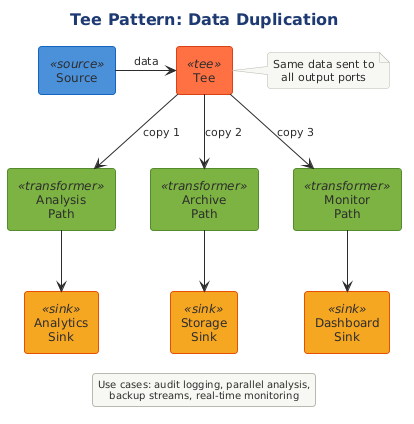
Above: src/architecture/views-and-beyond/style-catalogs/component-and-connector/pipe-and-filter-style/png/tee-pattern-data-duplication.png in Notoriousjayy/latex-docs (PlantUML), before the change. Its diagram source:
```plantuml
@startuml

!$SOURCE_COLOR = "#4A90D9"
!$TRANSFORMER_COLOR = "#7CB342"
!$SINK_COLOR = "#F5A623"
!$SPLITTER_COLOR = "#00ACC1"
!$AGGREGATOR_COLOR = "#AB47BC"
!$ERROR_COLOR = "#EF5350"
!$TEE_COLOR = "#FF7043"
!$NEUTRAL_COLOR = "#455A64"

skinparam component {
    BackgroundColor #7CB342
    FontColor white
    BorderColor #558B2F
    BorderThickness 1
}

skinparam component<<source>> {
    BackgroundColor #4A90D9
    BorderColor #1565C0
}

skinparam component<<sink>> {
    BackgroundColor #F5A623
    BorderColor #E65100
}

skinparam component<<transformer>> {
    BackgroundColor #7CB342
    BorderColor #558B2F
}

skinparam component<<splitter>> {
    BackgroundColor #00ACC1
    BorderColor #00838F
}

skinparam component<<aggregator>> {
    BackgroundColor #AB47BC
    BorderColor #7B1FA2
}

skinparam component<<error>> {
    BackgroundColor #EF5350
    BorderColor #C62828
}

skinparam component<<tee>> {
    BackgroundColor #FF7043
    BorderColor #D84315
}

skinparam rectangle {
    BackgroundColor #FAFAFA
    BorderColor #90A4AE
    BorderThickness 1
}

skinparam package {
    BackgroundColor #F5F5F5
    BorderColor #666666
}

skinparam queue {
    BackgroundColor #FFF9C4
    BorderColor #F9A825
}




!include ../../../../../../tooling/styles/plantuml/structural/component-diagram-style.iuml

title Tee Pattern: Data Duplication

[Source] <<source>> as Source

[Tee] <<tee>> as Tee

[Analysis\nPath] <<transformer>> as Analysis
[Archive\nPath] <<transformer>> as Archive
[Monitor\nPath] <<transformer>> as Monitor

[Analytics\nSink] <<sink>> as AnalyticsSink
[Storage\nSink] <<sink>> as StorageSink
[Dashboard\nSink] <<sink>> as DashSink

Source -right-> Tee : "data"

Tee -down-> Analysis : "copy 1"
Tee -down-> Archive : "copy 2"
Tee -down-> Monitor : "copy 3"

Analysis -down-> AnalyticsSink
Archive -down-> StorageSink
Monitor -down-> DashSink

note right of Tee
    Same data sent to
    all output ports
end note

legend bottom
    Use cases: audit logging, parallel analysis,
    backup streams, real-time monitoring
endlegend

@enduml
```
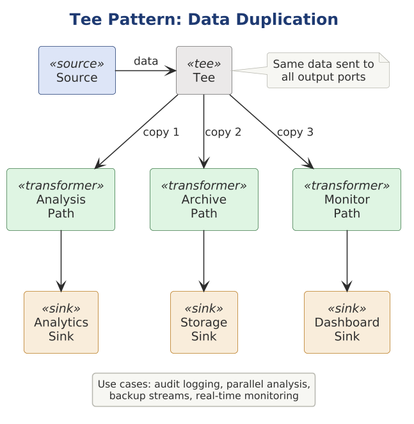
Above is the later version.

Diff of the diagram source:
```diff
@@ -1,76 +1,8 @@
 @startuml
-
-!$SOURCE_COLOR = "#4A90D9"
-!$TRANSFORMER_COLOR = "#7CB342"
-!$SINK_COLOR = "#F5A623"
-!$SPLITTER_COLOR = "#00ACC1"
-!$AGGREGATOR_COLOR = "#AB47BC"
-!$ERROR_COLOR = "#EF5350"
-!$TEE_COLOR = "#FF7043"
-!$NEUTRAL_COLOR = "#455A64"
-
-skinparam component {
-    BackgroundColor #7CB342
-    FontColor white
-    BorderColor #558B2F
-    BorderThickness 1
-}
-
-skinparam component<<source>> {
-    BackgroundColor #4A90D9
-    BorderColor #1565C0
-}
-
-skinparam component<<sink>> {
-    BackgroundColor #F5A623
-    BorderColor #E65100
-}
-
-skinparam component<<transformer>> {
-    BackgroundColor #7CB342
-    BorderColor #558B2F
-}
-
-skinparam component<<splitter>> {
-    BackgroundColor #00ACC1
-    BorderColor #00838F
-}
-
-skinparam component<<aggregator>> {
-    BackgroundColor #AB47BC
-    BorderColor #7B1FA2
-}
-
-skinparam component<<error>> {
-    BackgroundColor #EF5350
-    BorderColor #C62828
-}
-
-skinparam component<<tee>> {
-    BackgroundColor #FF7043
-    BorderColor #D84315
-}
-
-skinparam rectangle {
-    BackgroundColor #FAFAFA
-    BorderColor #90A4AE
-    BorderThickness 1
-}
-
-skinparam package {
-    BackgroundColor #F5F5F5
-    BorderColor #666666
-}
-
-skinparam queue {
-    BackgroundColor #FFF9C4
-    BorderColor #F9A825
-}
-
-
-
+skinparam dpi 150
 
 !include ../../../../../../tooling/styles/plantuml/structural/component-diagram-style.iuml
+!include pipe-and-filter-roles.iuml
 
 title Tee Pattern: Data Duplication
 
```
